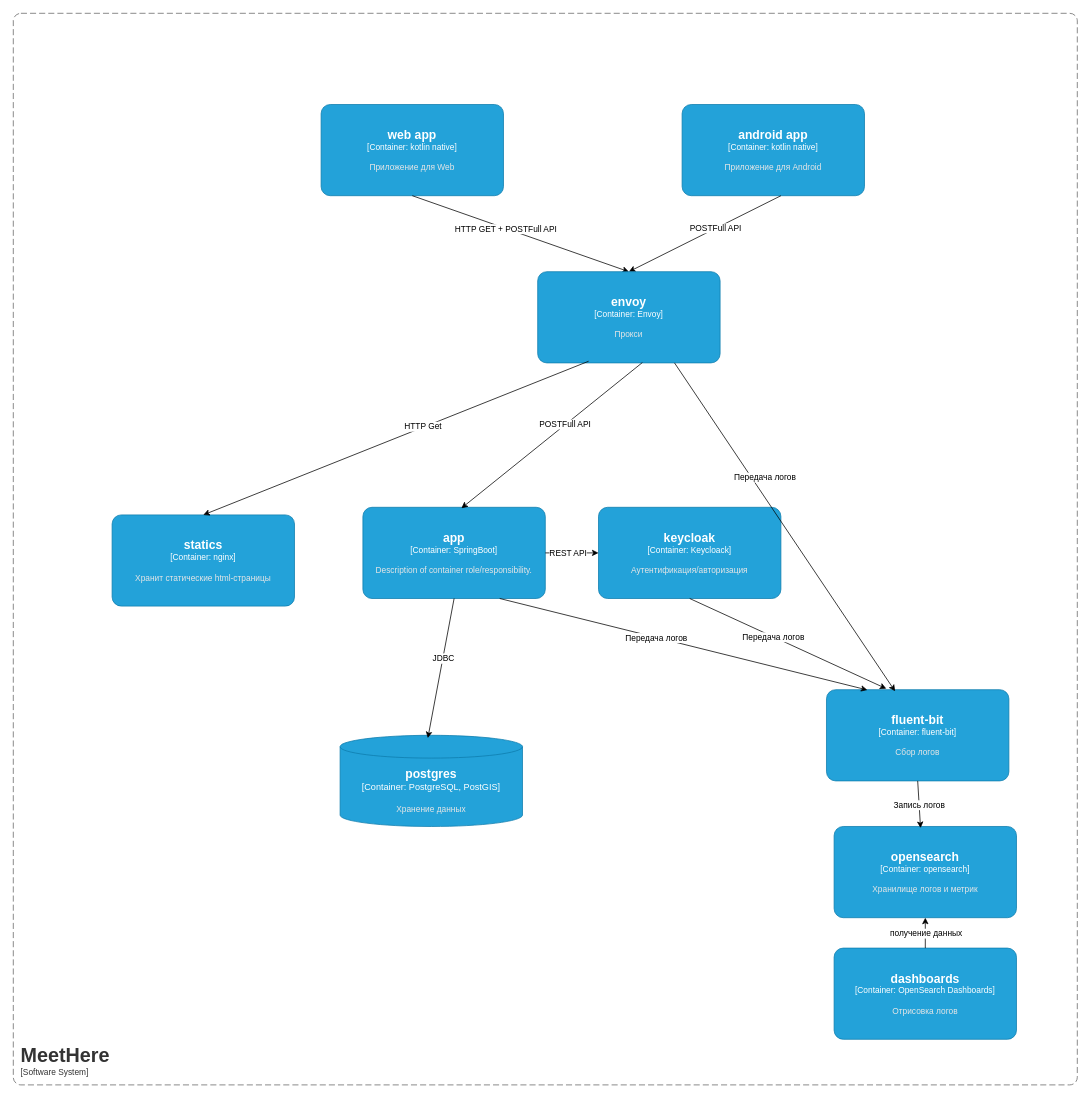
Earlier version of the draw.io diagram meethere/docs/04-architecture/02-c4/02_containers.drawio (StasMerzlyakov/202502-ok-marketplace). Source tidied: cells renumbered, new cells numbered last; positions are measured from the earlier drawing's top-left corner, leaving out a move shared by most shapes. Both pictures are drawn from the tidied source at 76%, with x=0, y=0 at pixel (13, 13).
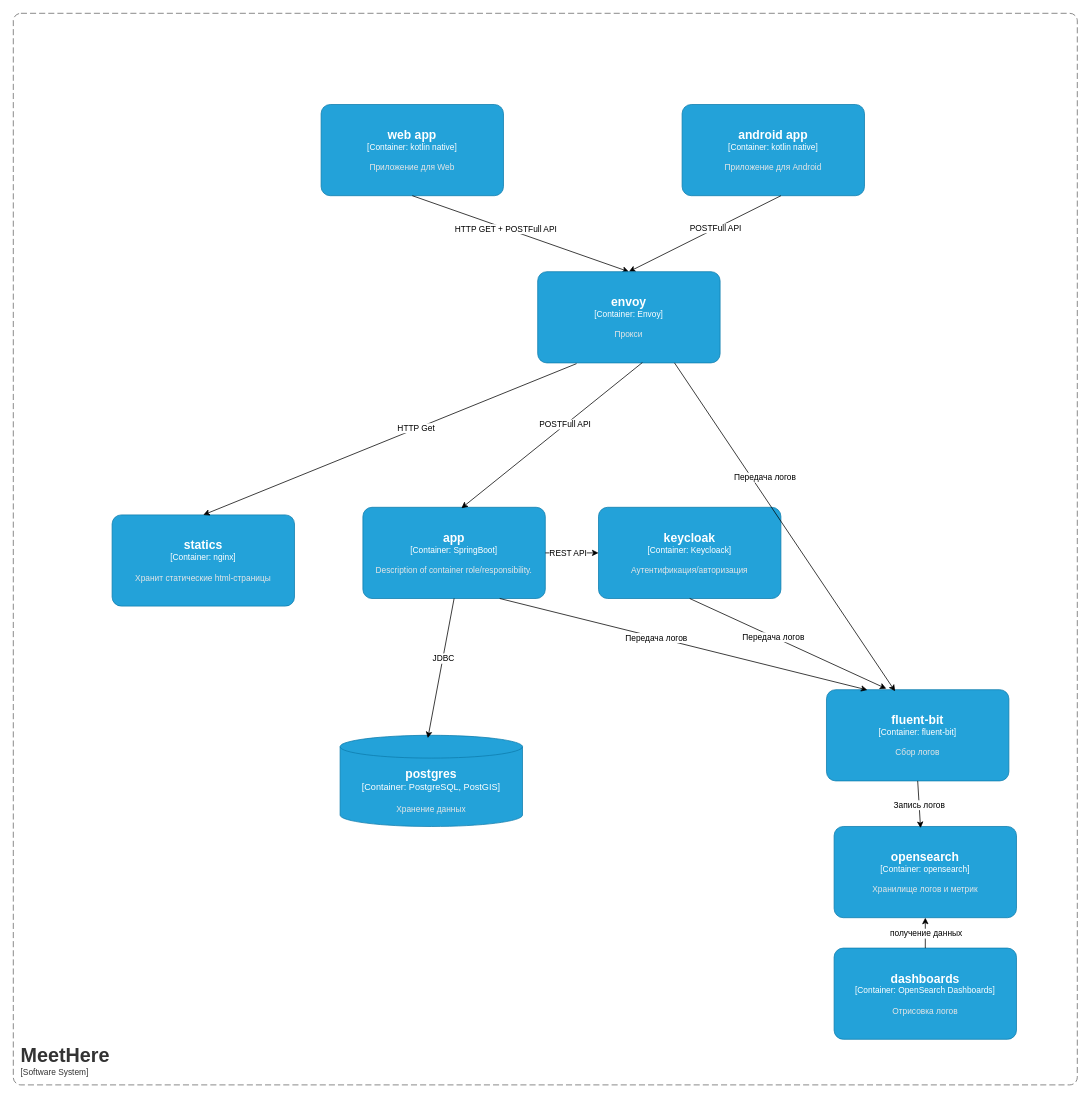
The same diagram, later.

The change refers to these unchanged cells:
```xml
<object id="11" label="&lt;font style=&quot;font-size: 16px&quot;&gt;&lt;b&gt;%c4Name%&lt;/b&gt;&lt;/font&gt;&lt;div&gt;[%c4Type%: %c4Technology%]&lt;/div&gt;&lt;br&gt;&lt;div&gt;&lt;font style=&quot;font-size: 11px&quot;&gt;&lt;font color=&quot;#E6E6E6&quot;&gt;%c4Description%&lt;/font&gt;&lt;/div&gt;" c4Description="Хранит статические html-страницы" c4Name="statics" c4Technology="nginx" c4Type="Container" placeholders="1">
  <mxCell style="rounded=1;whiteSpace=wrap;html=1;fontSize=11;labelBackgroundColor=none;fillColor=#23A2D9;fontColor=#ffffff;align=center;arcSize=10;strokeColor=#0E7DAD;points=[[0.25,0,0],[0.5,0,0],[0.75,0,0],[1,0.25,0],[1,0.5,0],[1,0.75,0],[0.75,1,0],[0.5,1,0],[0.25,1,0],[0,0.75,0],[0,0.5,0],[0,0.25,0]];" parent="1" vertex="1">
    <mxGeometry x="130" y="660" width="240" height="120" as="geometry" />
  </mxCell>
</object>
<object id="18" label="&lt;font style=&quot;font-size: 16px&quot;&gt;&lt;b&gt;%c4Name%&lt;/b&gt;&lt;/font&gt;&lt;div&gt;[%c4Type%: %c4Technology%]&lt;/div&gt;&lt;br&gt;&lt;div&gt;&lt;font style=&quot;font-size: 11px&quot;&gt;&lt;font color=&quot;#E6E6E6&quot;&gt;%c4Description%&lt;/font&gt;&lt;/div&gt;" c4Description="Прокси" c4Name="envoy" c4Technology="Envoy" c4Type="Container" placeholders="1">
  <mxCell style="rounded=1;whiteSpace=wrap;html=1;fontSize=11;labelBackgroundColor=none;fillColor=#23A2D9;fontColor=#ffffff;align=center;arcSize=10;strokeColor=#0E7DAD;points=[[0.25,0,0],[0.5,0,0],[0.75,0,0],[1,0.25,0],[1,0.5,0],[1,0.75,0],[0.75,1,0],[0.5,1,0],[0.25,1,0],[0,0.75,0],[0,0.5,0],[0,0.25,0]];" parent="1" vertex="1">
    <mxGeometry x="690" y="340" width="240" height="120" as="geometry" />
  </mxCell>
</object>
```

The edit, as a diff of the source:
```diff
@@
-    <mxCell id="19" style="endArrow=classic;html=1;rounded=0;exitX=0.279;exitY=0.982;exitDx=0;exitDy=0;exitPerimeter=0;entryX=0.5;entryY=0;entryDx=0;entryDy=0;entryPerimeter=0;" parent="1" edge="1" source="18" target="11">
+    <mxCell id="19" style="endArrow=classic;html=1;rounded=0;exitX=0.213;exitY=1.008;exitDx=0;exitDy=0;exitPerimeter=0;entryX=0.5;entryY=0;entryDx=0;entryDy=0;entryPerimeter=0;" parent="1" edge="1" source="18" target="11">
       <mxGeometry relative="1" as="geometry" />
     </mxCell>
```
